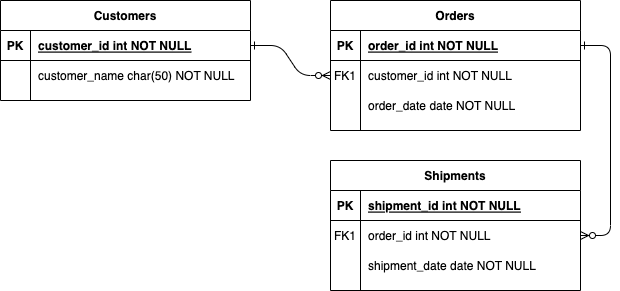
The draw.io diagram Untitled Diagram.drawio.png in byaton/js-practice, before a commit. Source tidied: cells renumbered, new cells last; positions are measured from the earlier drawing's top-left corner, leaving out a move shared by most shapes.
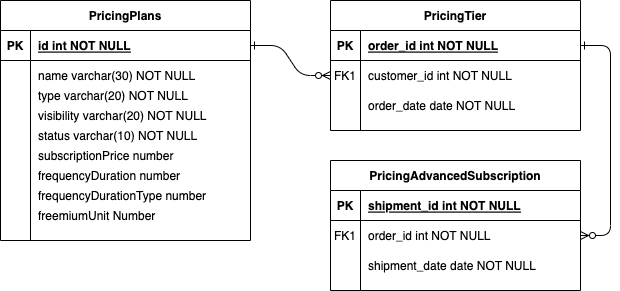
After the commit.

Diff of the diagram source:
```diff
@@ -8,7 +8,7 @@
     <mxCell id="3" style="edgeStyle=entityRelationEdgeStyle;endArrow=ERzeroToMany;startArrow=ERone;endFill=1;startFill=0;" parent="1" edge="1" source="5" target="18">
       <mxGeometry relative="1" as="geometry" />
     </mxCell>
-    <mxCell id="4" value="Orders" style="shape=table;startSize=30;rowLines=0;fontStyle=1;align=center;" parent="1" vertex="1">
+    <mxCell id="4" value="PricingTier" style="shape=table;startSize=30;rowLines=0;fontStyle=1;align=center;" parent="1" vertex="1">
       <mxGeometry x="330" width="250" height="130" as="geometry" />
     </mxCell>
     <mxCell id="5" style="shape=partialRectangle;fillColor=none;points=[[0,0.5],[1,0.5]];portConstraint=eastwest;top=0;left=0;right=0;bottom=1;" parent="4" vertex="1">
@@ -38,7 +38,7 @@
     <mxCell id="13" value="order_date date NOT NULL" style="shape=partialRectangle;overflow=hidden;fillColor=none;top=0;left=0;bottom=0;right=0;align=left;spacingLeft=6;" parent="11" vertex="1">
       <mxGeometry x="30" width="220" height="30" as="geometry" />
     </mxCell>
-    <mxCell id="14" value="Shipments" style="shape=table;startSize=30;rowLines=0;fontStyle=1;align=center;" parent="1" vertex="1">
+    <mxCell id="14" value="PricingAdvancedSubscription" style="shape=table;startSize=30;rowLines=0;fontStyle=1;align=center;" parent="1" vertex="1">
       <mxGeometry x="330" y="160" width="250" height="130" as="geometry" />
     </mxCell>
     <mxCell id="15" style="shape=partialRectangle;fillColor=none;top=0;left=0;right=0;bottom=1;" parent="14" vertex="1">
@@ -68,8 +68,8 @@
     <mxCell id="23" value="shipment_date date NOT NULL" style="shape=partialRectangle;overflow=hidden;fillColor=none;top=0;left=0;bottom=0;right=0;align=left;spacingLeft=6;" parent="21" vertex="1">
       <mxGeometry x="30" width="220" height="30" as="geometry" />
     </mxCell>
-    <mxCell id="24" value="Customers" style="shape=table;startSize=30;rowLines=0;fontStyle=1;align=center;" parent="1" vertex="1">
-      <mxGeometry width="250" height="100" as="geometry" />
+    <mxCell id="24" value="PricingPlans" style="shape=table;startSize=30;rowLines=0;fontStyle=1;align=center;" parent="1" vertex="1">
+      <mxGeometry width="250" height="240" as="geometry" />
     </mxCell>
     <mxCell id="25" style="shape=partialRectangle;fillColor=none;points=[[0,0.5],[1,0.5]];portConstraint=eastwest;top=0;left=0;right=0;bottom=1;" parent="24" vertex="1">
       <mxGeometry y="30" width="250" height="30" as="geometry" />
@@ -77,7 +77,7 @@
     <mxCell id="26" value="PK" style="shape=partialRectangle;overflow=hidden;fillColor=none;top=0;left=0;bottom=0;right=0;fontStyle=1;" parent="25" vertex="1">
       <mxGeometry width="30" height="30" as="geometry" />
     </mxCell>
-    <mxCell id="27" value="customer_id int NOT NULL " style="shape=partialRectangle;overflow=hidden;fillColor=none;top=0;left=0;bottom=0;right=0;align=left;spacingLeft=6;fontStyle=5;" parent="25" vertex="1">
+    <mxCell id="27" value="id int NOT NULL " style="shape=partialRectangle;overflow=hidden;fillColor=none;top=0;left=0;bottom=0;right=0;align=left;spacingLeft=6;fontStyle=5;" parent="25" vertex="1">
       <mxGeometry x="30" width="220" height="30" as="geometry" />
     </mxCell>
     <mxCell id="28" style="shape=partialRectangle;fillColor=none;top=0;left=0;right=0;bottom=0;" parent="24" vertex="1">
@@ -86,8 +86,29 @@
     <mxCell id="29" style="shape=partialRectangle;overflow=hidden;fillColor=none;top=0;left=0;bottom=0;right=0;" parent="28" vertex="1">
       <mxGeometry width="30" height="30" as="geometry" />
     </mxCell>
-    <mxCell id="30" value="customer_name char(50) NOT NULL" style="shape=partialRectangle;overflow=hidden;fillColor=none;top=0;left=0;bottom=0;right=0;align=left;spacingLeft=6;" parent="28" vertex="1">
+    <mxCell id="30" value="name varchar(30) NOT NULL" style="shape=partialRectangle;overflow=hidden;fillColor=none;top=0;left=0;bottom=0;right=0;align=left;spacingLeft=6;" parent="28" vertex="1">
       <mxGeometry x="30" width="220" height="30" as="geometry" />
     </mxCell>
+    <mxCell id="31" value="type varchar(20) NOT NULL" style="shape=partialRectangle;overflow=hidden;fillColor=none;top=0;left=0;bottom=0;right=0;align=left;spacingLeft=6;" parent="1" vertex="1">
+      <mxGeometry x="30" y="80" width="220" height="30" as="geometry" />
+    </mxCell>
+    <mxCell id="32" value="visibility varchar(20) NOT NULL" style="shape=partialRectangle;overflow=hidden;fillColor=none;top=0;left=0;bottom=0;right=0;align=left;spacingLeft=6;" parent="1" vertex="1">
+      <mxGeometry x="30" y="100" width="220" height="30" as="geometry" />
+    </mxCell>
+    <mxCell id="33" value="status varchar(10) NOT NULL" style="shape=partialRectangle;overflow=hidden;fillColor=none;top=0;left=0;bottom=0;right=0;align=left;spacingLeft=6;" parent="1" vertex="1">
+      <mxGeometry x="30" y="120" width="220" height="30" as="geometry" />
+    </mxCell>
+    <mxCell id="34" value="subscriptionPrice number" style="shape=partialRectangle;overflow=hidden;fillColor=none;top=0;left=0;bottom=0;right=0;align=left;spacingLeft=6;" parent="1" vertex="1">
+      <mxGeometry x="30" y="140" width="220" height="30" as="geometry" />
+    </mxCell>
+    <mxCell id="35" value="frequencyDuration number" style="shape=partialRectangle;overflow=hidden;fillColor=none;top=0;left=0;bottom=0;right=0;align=left;spacingLeft=6;" parent="1" vertex="1">
+      <mxGeometry x="30" y="160" width="220" height="30" as="geometry" />
+    </mxCell>
+    <mxCell id="36" value="frequencyDurationType number" style="shape=partialRectangle;overflow=hidden;fillColor=none;top=0;left=0;bottom=0;right=0;align=left;spacingLeft=6;" parent="1" vertex="1">
+      <mxGeometry x="30" y="180" width="220" height="30" as="geometry" />
+    </mxCell>
+    <mxCell id="37" value="freemiumUnit Number" style="shape=partialRectangle;overflow=hidden;fillColor=none;top=0;left=0;bottom=0;right=0;align=left;spacingLeft=6;" parent="1" vertex="1">
+      <mxGeometry x="30" y="200" width="220" height="30" as="geometry" />
+    </mxCell>
   </root>
 </mxGraphModel>
```
